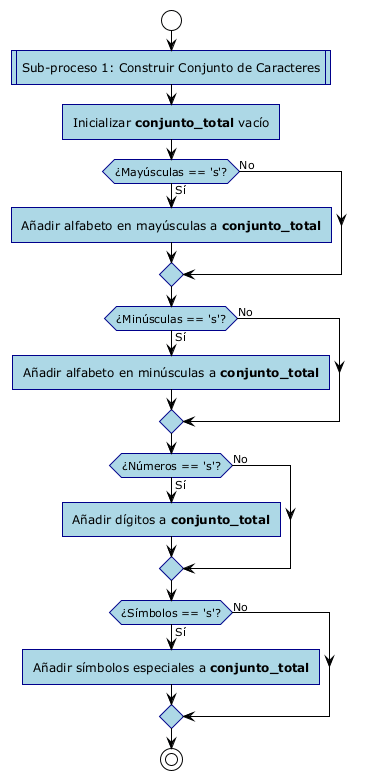
This is diagrama-sub1.png from nelsonmarro/generador_password_py, a PlantUML export, as it was before one commit. Its diagram source:
```plantuml
@startuml
!theme plain
skinparam roundcorner 0
skinparam activity {
  BackgroundColor lightblue
  BorderColor darkblue
  ArrowColor black
}

start
:Sub-proceso 1: Construir Conjunto de Caracteres; <<procedure>>

:Inicializar **conjunto_total** vacío;

if (¿Mayúsculas == 's'?) then (Sí)
  :Añadir alfabeto en mayúsculas a **conjunto_total**;
else (No)
endif

if (¿Minúsculas == 's'?) then (Sí)
  :Añadir alfabeto en minúsculas a **conjunto_total**;
else (No)
endif

if (¿Números == 's'?) then (Sí)
  :Añadir dígitos a **conjunto_total**;
else (No)
endif

if (¿Símbolos == 's'?) then (Sí)
  :Añadir símbolos especiales a **conjunto_total**;
else (No)
endif

stop
@enduml
```
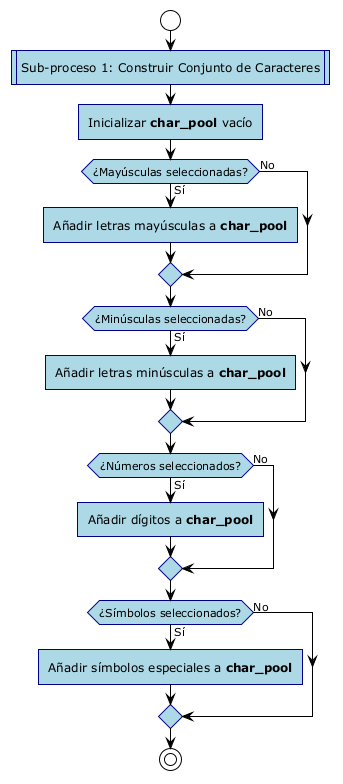
Above is the later version.

What changed in the source:
```diff
@@ -10,25 +10,25 @@
 start
 :Sub-proceso 1: Construir Conjunto de Caracteres; <<procedure>>
 
-:Inicializar **conjunto_total** vacío;
+:Inicializar **char_pool** vacío;
 
-if (¿Mayúsculas == 's'?) then (Sí)
-  :Añadir alfabeto en mayúsculas a **conjunto_total**;
+if (¿Mayúsculas seleccionadas?) then (Sí)
+  :Añadir letras mayúsculas a **char_pool**;
 else (No)
 endif
 
-if (¿Minúsculas == 's'?) then (Sí)
-  :Añadir alfabeto en minúsculas a **conjunto_total**;
+if (¿Minúsculas seleccionadas?) then (Sí)
+  :Añadir letras minúsculas a **char_pool**;
 else (No)
 endif
 
-if (¿Números == 's'?) then (Sí)
-  :Añadir dígitos a **conjunto_total**;
+if (¿Números seleccionados?) then (Sí)
+  :Añadir dígitos a **char_pool**;
 else (No)
 endif
 
-if (¿Símbolos == 's'?) then (Sí)
-  :Añadir símbolos especiales a **conjunto_total**;
+if (¿Símbolos seleccionados?) then (Sí)
+  :Añadir símbolos especiales a **char_pool**;
 else (No)
 endif
 
```
